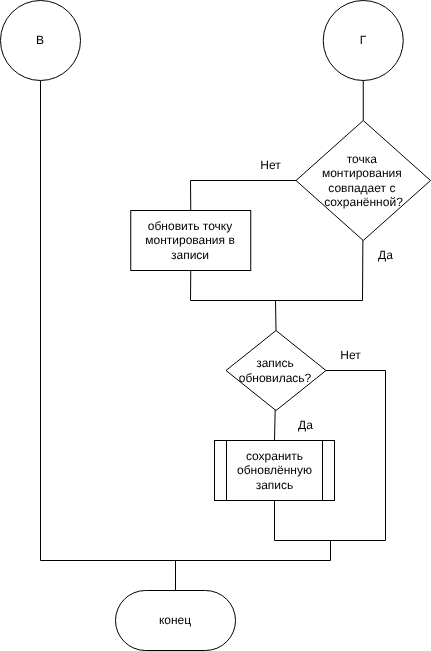
pitsmit/Diploma_IU7_2026 keeps this draw.io diagram as Notes/report/inc/img/refresh_mount_after_reboot_daemon_algo_3.drawio.png. Above is the earlier version. Source tidied: cells renumbered, new cells last; positions are measured from the earlier drawing's top-left corner, leaving out a move shared by most shapes.
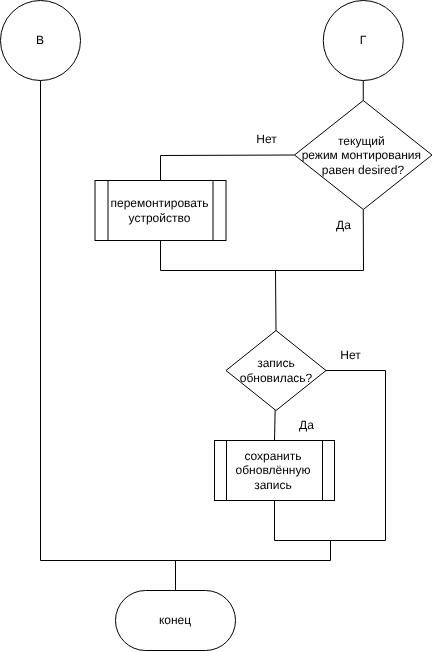
The same file after the commit.

The edit, as a diff of the source:
```diff
@@ -2,36 +2,9 @@
   <root>
     <mxCell id="0" />
     <mxCell id="1" parent="0" />
-    <mxCell id="2" style="edgeStyle=none;html=1;entryX=0.5;entryY=0;entryDx=0;entryDy=0;rounded=0;curved=0;endArrow=none;endFill=0;exitX=0;exitY=0.5;exitDx=0;exitDy=0;" parent="1" edge="1" source="5" target="8">
-      <mxGeometry relative="1" as="geometry">
-        <Array as="points">
-          <mxPoint x="190" y="180" />
-        </Array>
-      </mxGeometry>
-    </mxCell>
-    <mxCell id="3" style="edgeStyle=none;html=1;entryX=0.5;entryY=1;entryDx=0;entryDy=0;rounded=0;curved=0;endArrow=none;endFill=0;" parent="1" edge="1" source="5" target="8">
-      <mxGeometry relative="1" as="geometry">
-        <Array as="points">
-          <mxPoint x="362" y="300" />
-          <mxPoint x="190" y="300" />
-        </Array>
-      </mxGeometry>
-    </mxCell>
-    <mxCell id="4" style="edgeStyle=none;html=1;entryX=0.5;entryY=1;entryDx=0;entryDy=0;endArrow=none;endFill=0;" parent="1" edge="1" source="5" target="20">
+    <mxCell id="4" style="edgeStyle=none;html=1;entryX=0.5;entryY=1;entryDx=0;entryDy=0;endArrow=none;endFill=0;exitX=0.5;exitY=0;exitDx=0;exitDy=0;" parent="1" edge="1" source="22" target="20">
       <mxGeometry relative="1" as="geometry" />
     </mxCell>
-    <mxCell id="5" value="&lt;font style=&quot;color: rgb(0, 0, 0);&quot;&gt;точка&amp;nbsp;&lt;/font&gt;&lt;div&gt;&lt;font style=&quot;color: rgb(0, 0, 0);&quot;&gt;монтирования&amp;nbsp;&lt;/font&gt;&lt;div&gt;&lt;font style=&quot;color: rgb(0, 0, 0);&quot;&gt;совпадает с&amp;nbsp;&lt;/font&gt;&lt;/div&gt;&lt;div&gt;&lt;font style=&quot;color: rgb(0, 0, 0);&quot;&gt;сохранённой?&lt;/font&gt;&lt;/div&gt;&lt;/div&gt;" style="rhombus;whiteSpace=wrap;html=1;" parent="1" vertex="1">
-      <mxGeometry x="295.5" y="120" width="134.5" height="120" as="geometry" />
-    </mxCell>
-    <mxCell id="6" value="Нет" style="text;html=1;align=center;verticalAlign=middle;strokeColor=none;fillColor=none;" parent="1" vertex="1">
-      <mxGeometry x="250.2" y="150" width="40" height="30" as="geometry" />
-    </mxCell>
-    <mxCell id="7" value="Да" style="text;html=1;align=center;verticalAlign=middle;strokeColor=none;fillColor=none;" parent="1" vertex="1">
-      <mxGeometry x="365.5" y="240" width="40" height="30" as="geometry" />
-    </mxCell>
-    <mxCell id="8" value="&lt;span style=&quot;color: rgb(0, 0, 0);&quot;&gt;обновить точку монтирования в записи&lt;/span&gt;" style="rounded=0;whiteSpace=wrap;html=1;" parent="1" vertex="1">
-      <mxGeometry x="130.2" y="210" width="120" height="60" as="geometry" />
-    </mxCell>
     <mxCell id="9" style="edgeStyle=none;html=1;endArrow=none;endFill=0;" parent="1" edge="1" source="10">
       <mxGeometry relative="1" as="geometry">
         <mxPoint x="175" y="560" as="targetPoint" />
@@ -51,7 +24,7 @@
     </mxCell>
     <mxCell id="12" style="edgeStyle=none;html=1;endArrow=none;endFill=0;exitX=0.5;exitY=0;exitDx=0;exitDy=0;" parent="1" edge="1" source="16">
       <mxGeometry relative="1" as="geometry">
-        <mxPoint x="275" y="300" as="targetPoint" />
+        <mxPoint x="275" y="270" as="targetPoint" />
       </mxGeometry>
     </mxCell>
     <mxCell id="13" value="сохранить обновлённую запись" style="shape=process;whiteSpace=wrap;html=1;backgroundOutline=1;" parent="1" vertex="1">
@@ -84,5 +57,32 @@
     <mxCell id="20" value="Г" style="ellipse;whiteSpace=wrap;html=1;" parent="1" vertex="1">
       <mxGeometry x="322.8" width="80" height="80" as="geometry" />
     </mxCell>
+    <mxCell id="21" style="edgeStyle=none;html=1;entryX=0.5;entryY=0;entryDx=0;entryDy=0;endArrow=none;endFill=0;rounded=0;curved=0;exitX=0;exitY=0.5;exitDx=0;exitDy=0;" parent="1" edge="1" source="22" target="24">
+      <mxGeometry relative="1" as="geometry">
+        <Array as="points">
+          <mxPoint x="160" y="155" />
+        </Array>
+      </mxGeometry>
+    </mxCell>
+    <mxCell id="22" value="&lt;font style=&quot;scrollbar-color: rgb(226, 226, 226) rgb(251, 251, 251); color: rgb(0, 0, 0);&quot;&gt;текущий&amp;nbsp;&lt;/font&gt;&lt;div style=&quot;color: rgb(63, 63, 63); scrollbar-color: rgb(226, 226, 226) rgb(251, 251, 251);&quot;&gt;&lt;font style=&quot;scrollbar-color: rgb(226, 226, 226) rgb(251, 251, 251); color: rgb(0, 0, 0);&quot;&gt;режим монтирования&amp;nbsp;&lt;br&gt;&lt;/font&gt;&lt;div style=&quot;color: rgb(63, 63, 63); scrollbar-color: rgb(226, 226, 226) rgb(251, 251, 251);&quot;&gt;&lt;font style=&quot;scrollbar-color: rgb(226, 226, 226) rgb(251, 251, 251); color: rgb(0, 0, 0);&quot;&gt;&lt;span style=&quot;color: rgb(0, 0, 0); background-color: transparent;&quot;&gt;равен desired&lt;/span&gt;?&lt;/font&gt;&lt;/div&gt;&lt;/div&gt;" style="rhombus;whiteSpace=wrap;html=1;" parent="1" vertex="1">
+      <mxGeometry x="294" y="100" width="137.5" height="109" as="geometry" />
+    </mxCell>
+    <mxCell id="23" style="edgeStyle=none;html=1;entryX=0.5;entryY=1;entryDx=0;entryDy=0;endArrow=none;endFill=0;rounded=0;curved=0;" parent="1" edge="1" source="24" target="22">
+      <mxGeometry relative="1" as="geometry">
+        <Array as="points">
+          <mxPoint x="160" y="270" />
+          <mxPoint x="363" y="270" />
+        </Array>
+      </mxGeometry>
+    </mxCell>
+    <mxCell id="24" value="&lt;font style=&quot;color: rgb(0, 0, 0);&quot;&gt;перемонтировать&lt;/font&gt;&lt;div&gt;&lt;font style=&quot;color: rgb(0, 0, 0);&quot;&gt;устройство&lt;/font&gt;&lt;/div&gt;" style="shape=process;whiteSpace=wrap;html=1;backgroundOutline=1;" parent="1" vertex="1">
+      <mxGeometry x="94.5" y="180" width="131" height="60" as="geometry" />
+    </mxCell>
+    <mxCell id="6" value="Нет" style="text;html=1;align=center;verticalAlign=middle;strokeColor=none;fillColor=none;" parent="1" vertex="1">
+      <mxGeometry x="245.5" y="124" width="40" height="30" as="geometry" />
+    </mxCell>
+    <mxCell id="7" value="Да" style="text;html=1;align=center;verticalAlign=middle;strokeColor=none;fillColor=none;" parent="1" vertex="1">
+      <mxGeometry x="322.8" y="210" width="40" height="30" as="geometry" />
+    </mxCell>
   </root>
 </mxGraphModel>
```
